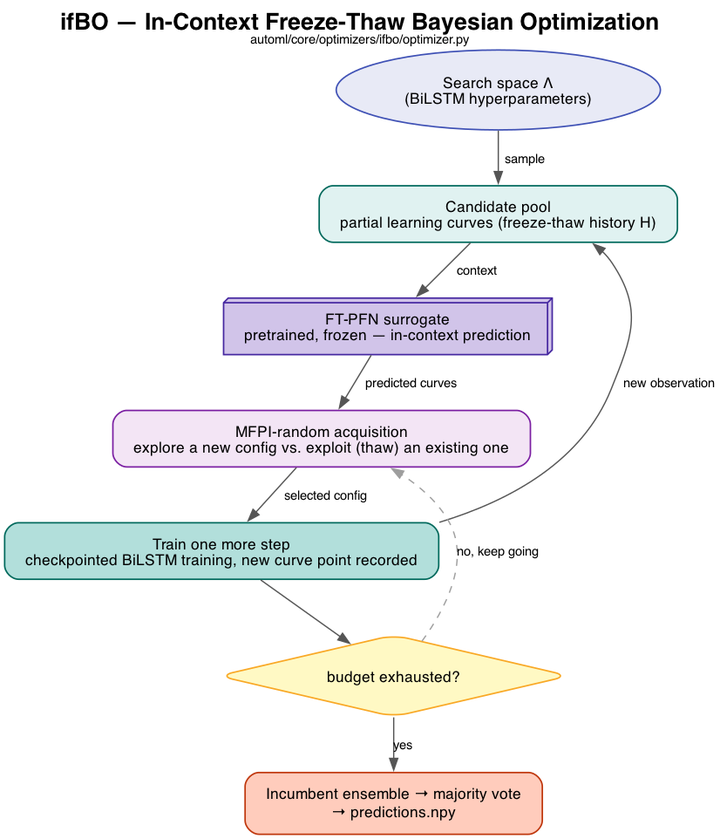
Above: docs/ifbo_diagram.png in yahyafati/automl-textual-project-mirror (Graphviz), before the change. Its source is kept beside it as docs/ifbo_diagram.dot.
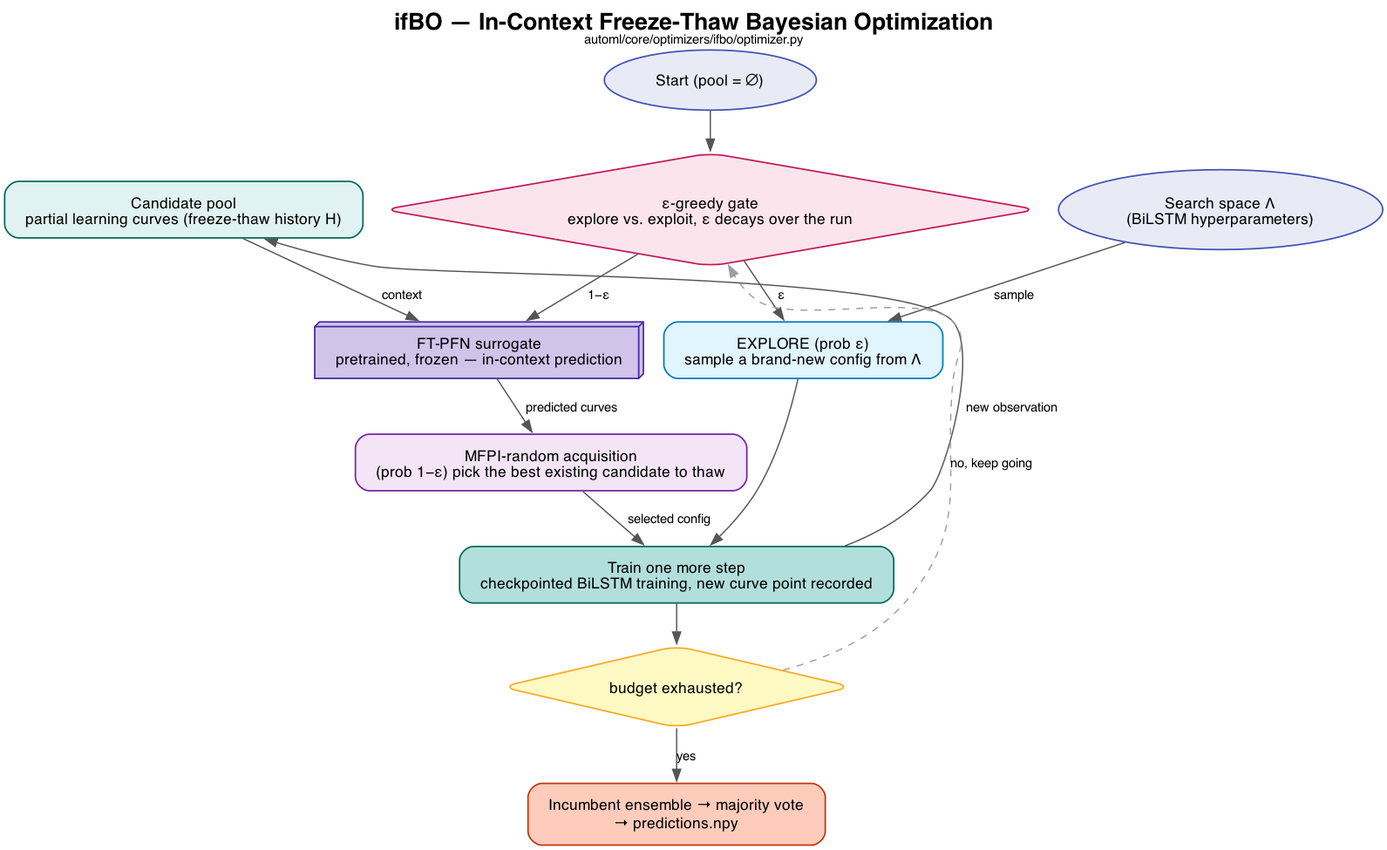
The same diagram one commit later.

Commit message:
Add epsilon-greedy explore/exploit gate back to the high-level ifBO diagram

The fully simplified version dropped the explore-vs-exploit decision
entirely; restore it as one gate node branching into a sample-new-config
path and the FT-PFN/MFPI-random path, without reintroducing the earlier
per-formula detail.

What changed in the source:
```diff
@@ -8,21 +8,27 @@
     node [fontname="Helvetica", fontsize=13, style="filled,rounded", shape=box, penwidth=1.3, margin="0.25,0.15"];
     edge [fontname="Helvetica", fontsize=11, color="#555555", penwidth=1.1];
 
+    start [label="Start (pool = ∅)", shape=oval, fillcolor="#E8EAF6", color="#3F51B5"];
     space [label="Search space Λ\n(BiLSTM hyperparameters)", shape=oval, fillcolor="#E8EAF6", color="#3F51B5"];
     pool [label="Candidate pool\npartial learning curves (freeze-thaw history H)", fillcolor="#E0F2F1", color="#00695C"];
+    gate [label="ε-greedy gate\nexplore vs. exploit, ε decays over the run", shape=diamond, fillcolor="#FCE4EC", color="#C2185B"];
+    explore [label="EXPLORE (prob ε)\nsample a brand-new config from Λ", fillcolor="#E1F5FE", color="#0277BD"];
     surrogate [label="FT-PFN surrogate\npretrained, frozen — in-context prediction", fillcolor="#D1C4E9", color="#4527A0", shape=box3d];
-    acquisition [label="MFPI-random acquisition\nexplore a new config vs. exploit (thaw) an existing one", fillcolor="#F3E5F5", color="#7B1FA2"];
+    acquisition [label="MFPI-random acquisition\n(prob 1−ε) pick the best existing candidate to thaw", fillcolor="#F3E5F5", color="#7B1FA2"];
     train [label="Train one more step\ncheckpointed BiLSTM training, new curve point recorded", fillcolor="#B2DFDB", color="#00695C"];
     budget_check [label="budget exhausted?", shape=diamond, fillcolor="#FFF9C4", color="#F9A825"];
     output [label="Incumbent ensemble → majority vote\n→ predictions.npy", fillcolor="#FFCCBC", color="#BF360C"];
 
-    space -> pool [label="  sample"];
+    start -> gate;
+    space -> explore [label="  sample"];
     pool -> surrogate [label="  context"];
+    gate -> explore [label="  ε"];
+    gate -> surrogate [label="  1−ε"];
     surrogate -> acquisition [label="  predicted curves"];
+    explore -> train;
     acquisition -> train [label="  selected config"];
     train -> pool [label="  new observation", constraint=false];
-    pool -> budget_check [style=invis];
-    train -> budget_check [label="  "];
-    budget_check -> acquisition [label="no, keep going", constraint=false, style=dashed, color="#9E9E9E"];
+    train -> budget_check;
+    budget_check -> gate [label="no, keep going", constraint=false, style=dashed, color="#9E9E9E"];
     budget_check -> output [label="yes"];
 }
```
